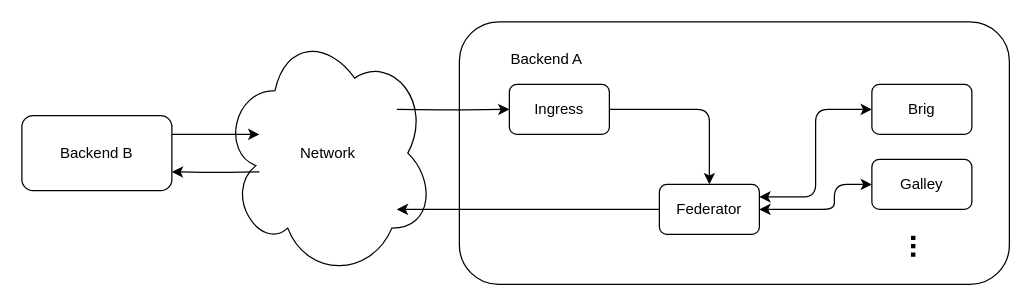
The draw.io diagram docs/src/understand/federation/img/federated-backend-architecture.drawio in wireapp/wire-server, before the edit. Source tidied: cells renumbered, new cells numbered last; positions are measured from the earlier drawing's top-left corner, leaving out a move shared by most shapes. Both pictures are drawn from the tidied source at 125%, with x=0, y=0 at pixel (21, 21).
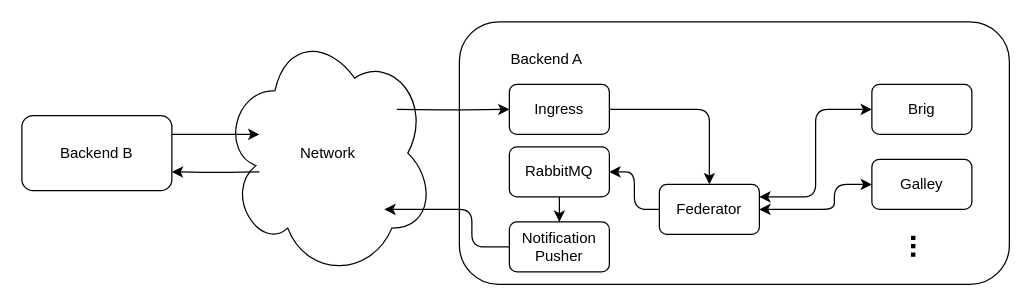
Above is the later version.

Commit message (it also covers changes not shown here):
updating the diagram and the source file

Unchanged cells that the change refers to:
```xml
<mxCell id="2" value="Network" style="ellipse;shape=cloud;whiteSpace=wrap;html=1;" parent="1" vertex="1">
  <mxGeometry x="160" y="5" width="170" height="200" as="geometry" />
</mxCell>
<mxCell id="8" value="Federator" style="rounded=1;whiteSpace=wrap;html=1;" parent="1" vertex="1">
  <mxGeometry x="510" y="130" width="80" height="40" as="geometry" />
</mxCell>
```

Change to the diagram source:
```diff
@@
-    <mxCell id="7" style="edgeStyle=orthogonalEdgeStyle;rounded=1;jettySize=auto;html=1;exitX=0;exitY=0.5;exitDx=0;exitDy=0;startArrow=none;startFill=0;" parent="1" edge="1" source="8">
-      <mxGeometry relative="1" as="geometry">
-        <mxPoint x="300" y="150" as="targetPoint" />
-      </mxGeometry>
+    <mxCell id="7" style="edgeStyle=orthogonalEdgeStyle;rounded=1;jettySize=auto;html=1;exitX=0;exitY=0.5;exitDx=0;exitDy=0;startArrow=none;startFill=0;entryX=1;entryY=0.5;entryDx=0;entryDy=0;" parent="1" edge="1" source="8" target="19">
+      <mxGeometry relative="1" as="geometry" />
     </mxCell>
@@
+    <mxCell id="18" style="edgeStyle=orthogonalEdgeStyle;rounded=0;jettySize=auto;html=1;entryX=0.5;entryY=0;entryDx=0;entryDy=0;" parent="1" edge="1" source="19" target="21">
+      <mxGeometry relative="1" as="geometry" />
+    </mxCell>
+    <mxCell id="19" value="RabbitMQ" style="rounded=1;whiteSpace=wrap;html=1;" parent="1" vertex="1">
+      <mxGeometry x="390" y="100" width="80" height="40" as="geometry" />
+    </mxCell>
+    <mxCell id="20" style="edgeStyle=orthogonalEdgeStyle;rounded=1;jettySize=auto;html=1;entryX=0.765;entryY=0.725;entryDx=0;entryDy=0;entryPerimeter=0;" parent="1" edge="1" source="21" target="2">
+      <mxGeometry relative="1" as="geometry" />
+    </mxCell>
+    <mxCell id="21" value="&lt;div&gt;Notification&lt;/div&gt;&lt;div&gt;Pusher&lt;br&gt;&lt;/div&gt;" style="rounded=1;whiteSpace=wrap;html=1;" parent="1" vertex="1">
+      <mxGeometry x="390" y="160" width="80" height="40" as="geometry" />
+    </mxCell>
```
